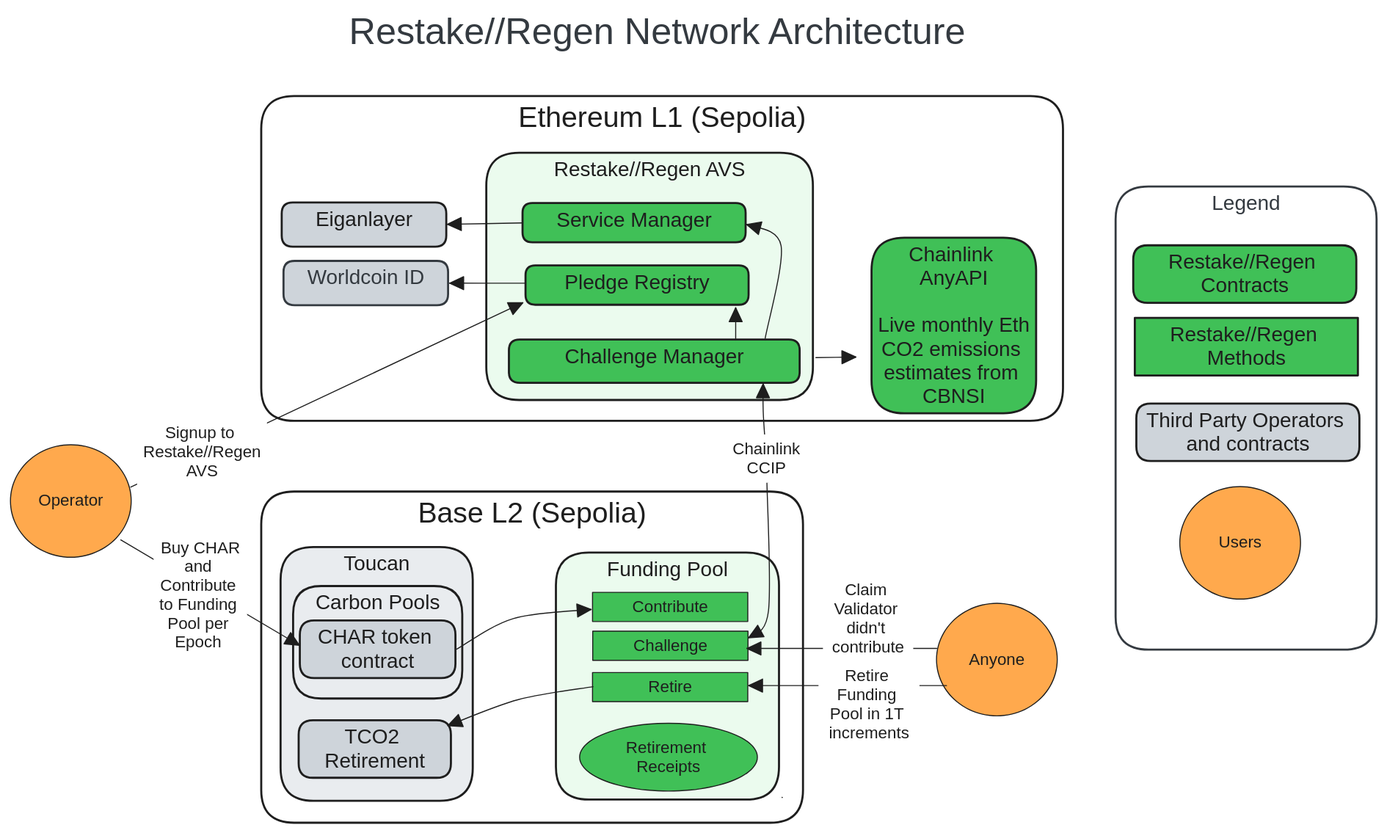
The Excalidraw diagram assets/figures/network_diagram.excalidraw.svg in willemolding/Restake-Regen, before a commit. Source tidied: one line per element, renumbered; positions are measured from the earlier drawing's top-left corner, leaving out a move shared by most shapes. The source it was exported from:
```json
{"id": 0, "type": "rectangle", "strokeColor": "#1e1e1e", "backgroundColor": "#ebfbee", "fillStyle": "solid", "strokeWidth": 2, "roughness": 0, "round": true, "x": 463, "y": 139, "width": 318, "height": 241}
{"id": 1, "type": "text", "text": "Restake//Regen AVS\n\n\n\n", "strokeColor": "#1e1e1e", "strokeWidth": 2, "roughness": 0, "fontSize": 20, "fontFamily": 2, "textAlign": "center", "inside": 0, "x": 529, "y": 144, "width": 188, "height": 115}
{"id": 2, "type": "rectangle", "strokeColor": "#1e1e1e", "backgroundColor": "#e9ecef", "fillStyle": "solid", "strokeWidth": 2, "roughness": 0, "round": true, "x": 263, "y": 523, "width": 187, "height": 247}
{"id": 3, "type": "text", "text": "Toucan", "strokeColor": "#1e1e1e", "strokeWidth": 2, "roughness": 0, "fontSize": 20, "fontFamily": 2, "textAlign": "center", "inside": 2, "x": 324, "y": 528, "width": 64, "height": 23}
{"id": 4, "type": "rectangle", "strokeColor": "#1e1e1e", "strokeWidth": 2, "roughness": 0, "round": true, "x": 244, "y": 469, "width": 528, "height": 322}
{"id": 5, "type": "text", "text": "Base L2 (Sepolia)", "strokeColor": "#1e1e1e", "strokeWidth": 2, "roughness": 0, "fontSize": 28, "fontFamily": 2, "textAlign": "center", "inside": 4, "x": 397, "y": 474, "width": 223, "height": 32}
{"id": 6, "type": "rectangle", "strokeColor": "#1e1e1e", "backgroundColor": "#e9ecef", "fillStyle": "solid", "strokeWidth": 2, "roughness": 0, "round": true, "x": 275, "y": 561, "width": 165, "height": 110}
{"id": 7, "type": "text", "text": "Carbon Pools", "strokeColor": "#1e1e1e", "strokeWidth": 2, "roughness": 0, "fontSize": 20, "fontFamily": 2, "textAlign": "center", "inside": 6, "x": 297, "y": 566, "width": 121, "height": 23}
{"id": 8, "type": "arrow", "strokeColor": "#1e1e1e", "strokeWidth": 1, "roughness": 0, "endArrowhead": "triangle", "round": true, "from": 43, "to": 19, "x": 117, "y": 464, "width": 382, "height": 180, "points": [[0, 0], [382, -180]]}
{"id": 9, "type": "rectangle", "strokeColor": "transparent", "backgroundColor": "#ffffff", "fillStyle": "solid", "strokeWidth": 1, "roughness": 0, "x": 123, "y": 397, "width": 126, "height": 66}
{"id": 10, "type": "text", "text": "Signup to \nRestake//Regen\nAVS", "strokeColor": "#1e1e1e", "backgroundColor": "#ffffff", "fillStyle": "solid", "strokeWidth": 1, "roughness": 0, "fontSize": 16, "fontFamily": 2, "textAlign": "center", "verticalAlign": "middle", "inside": 9, "x": 129, "y": 403, "width": 115, "height": 55}
{"id": 11, "type": "rectangle", "strokeColor": "#1e1e1e", "strokeWidth": 2, "roughness": 0, "round": true, "x": 244, "y": 84, "width": 781, "height": 316}
{"id": 12, "type": "text", "text": "Ethereum L1 (Sepolia)", "strokeColor": "#1e1e1e", "strokeWidth": 2, "roughness": 0, "fontSize": 28, "fontFamily": 2, "textAlign": "center", "inside": 11, "x": 494, "y": 89, "width": 280, "height": 32}
{"id": 13, "type": "rectangle", "strokeColor": "#1e1e1e", "backgroundColor": "#ced4da", "fillStyle": "solid", "strokeWidth": 2, "roughness": 0, "round": true, "x": 264, "y": 187, "width": 160, "height": 43}
{"id": 14, "type": "text", "text": "Eiganlayer", "strokeColor": "#1e1e1e", "strokeWidth": 2, "roughness": 0, "fontSize": 20, "fontFamily": 2, "textAlign": "center", "inside": 13, "x": 297, "y": 192, "width": 95, "height": 23}
{"id": 15, "type": "rectangle", "strokeColor": "#343a40", "backgroundColor": "#ced4da", "fillStyle": "solid", "strokeWidth": 2, "roughness": 0, "round": true, "x": 266, "y": 244, "width": 160, "height": 43}
{"id": 16, "type": "text", "text": "Worldcoin ID", "strokeColor": "#343a40", "strokeWidth": 2, "roughness": 0, "fontSize": 20, "fontFamily": 2, "textAlign": "center", "inside": 15, "x": 289, "y": 249, "width": 114, "height": 23}
{"id": 17, "type": "rectangle", "strokeColor": "#1e1e1e", "backgroundColor": "#40c057", "fillStyle": "solid", "strokeWidth": 2, "roughness": 0, "round": true, "x": 838, "y": 221, "width": 160, "height": 171}
{"id": 18, "type": "text", "text": "Chainlink \nAnyAPI\n\nLive monthly Eth\nCO2 emissions \nestimates from \nCBNSI", "strokeColor": "#1e1e1e", "strokeWidth": 2, "roughness": 0, "fontSize": 20, "fontFamily": 2, "textAlign": "center", "inside": 17, "x": 845, "y": 226, "width": 148, "height": 161}
{"id": 19, "type": "rectangle", "strokeColor": "#1e1e1e", "backgroundColor": "#40c057", "fillStyle": "solid", "strokeWidth": 2, "roughness": 0, "round": true, "x": 502, "y": 248, "width": 217, "height": 38}
{"id": 20, "type": "text", "text": "Pledge Registry", "strokeColor": "#1e1e1e", "strokeWidth": 2, "roughness": 0, "fontSize": 20, "fontFamily": 2, "textAlign": "center", "inside": 19, "x": 540, "y": 253, "width": 141, "height": 23}
{"id": 21, "type": "rectangle", "strokeColor": "#1e1e1e", "backgroundColor": "#40c057", "fillStyle": "solid", "strokeWidth": 2, "roughness": 0, "round": true, "x": 499, "y": 188, "width": 217, "height": 38}
{"id": 22, "type": "text", "text": "Service Manager", "strokeColor": "#1e1e1e", "strokeWidth": 2, "roughness": 0, "fontSize": 20, "fontFamily": 2, "textAlign": "center", "inside": 21, "x": 532, "y": 193, "width": 151, "height": 23}
{"id": 23, "type": "rectangle", "strokeColor": "#1e1e1e", "backgroundColor": "#40c057", "fillStyle": "solid", "strokeWidth": 2, "roughness": 0, "round": true, "x": 485, "y": 321, "width": 283, "height": 42}
{"id": 24, "type": "text", "text": "Challenge Manager", "strokeColor": "#1e1e1e", "strokeWidth": 2, "roughness": 0, "fontSize": 20, "fontFamily": 2, "textAlign": "center", "inside": 23, "x": 540, "y": 326, "width": 175, "height": 23}
{"id": 25, "type": "arrow", "strokeColor": "#1e1e1e", "strokeWidth": 1, "roughness": 0, "endArrowhead": "triangle", "round": true, "from": 21, "to": 13, "x": 498, "y": 207, "width": 72, "height": 1, "points": [[0, 0], [-72, 1]]}
{"id": 26, "type": "arrow", "strokeColor": "#1e1e1e", "strokeWidth": 1, "roughness": 0, "endArrowhead": "triangle", "round": true, "from": 19, "to": 15, "x": 501, "y": 266, "width": 73, "height": 0, "points": [[0, 0], [-73, 0]]}
{"id": 27, "type": "arrow", "strokeColor": "#1e1e1e", "strokeWidth": 1, "roughness": 0, "endArrowhead": "triangle", "round": true, "from": 23, "to": 19, "x": 706, "y": 320, "width": 0, "height": 30, "points": [[0, 0], [0, -30]]}
{"id": 28, "type": "arrow", "strokeColor": "#1e1e1e", "strokeWidth": 1, "roughness": 0, "endArrowhead": "triangle", "round": true, "from": 23, "to": 17, "x": 784, "y": 338, "width": 39, "height": 1, "points": [[0, 0], [39, -1]]}
{"id": 29, "type": "rectangle", "strokeColor": "#1e1e1e", "backgroundColor": "#ced4da", "fillStyle": "solid", "strokeWidth": 2, "roughness": 0, "round": true, "x": 282, "y": 594, "width": 152, "height": 56}
{"id": 30, "type": "text", "text": "CHAR token \ncontract", "strokeColor": "#1e1e1e", "strokeWidth": 2, "roughness": 0, "fontSize": 20, "fontFamily": 2, "textAlign": "center", "inside": 29, "x": 299, "y": 599, "width": 117, "height": 46}
{"id": 31, "type": "rectangle", "strokeColor": "#1e1e1e", "backgroundColor": "#ebfbee", "fillStyle": "solid", "strokeWidth": 2, "roughness": 0, "round": true, "x": 531, "y": 528, "width": 217, "height": 241}
{"id": 32, "type": "text", "text": "Funding Pool\n\n\n\n\n\n", "strokeColor": "#1e1e1e", "strokeWidth": 2, "roughness": 0, "fontSize": 20, "fontFamily": 2, "textAlign": "center", "inside": 31, "x": 581, "y": 533, "width": 118, "height": 161}
{"id": 33, "type": "rectangle", "strokeColor": "#1e1e1e", "backgroundColor": "#40c057", "fillStyle": "solid", "strokeWidth": 1, "roughness": 0, "x": 567, "y": 567, "width": 151, "height": 28}
{"id": 34, "type": "text", "text": "Contribute", "strokeColor": "#1e1e1e", "strokeWidth": 1, "roughness": 0, "fontSize": 16, "fontFamily": 2, "textAlign": "center", "verticalAlign": "middle", "inside": 33, "x": 605, "y": 572, "width": 74, "height": 18}
{"id": 35, "type": "rectangle", "strokeColor": "#1e1e1e", "backgroundColor": "#40c057", "fillStyle": "solid", "strokeWidth": 1, "roughness": 0, "x": 567, "y": 605, "width": 151, "height": 28}
{"id": 36, "type": "text", "text": "Challenge", "strokeColor": "#1e1e1e", "strokeWidth": 1, "roughness": 0, "fontSize": 16, "fontFamily": 2, "textAlign": "center", "verticalAlign": "middle", "inside": 35, "x": 607, "y": 610, "width": 72, "height": 18}
{"id": 37, "type": "rectangle", "strokeColor": "#1e1e1e", "backgroundColor": "#40c057", "fillStyle": "solid", "strokeWidth": 1, "roughness": 0, "x": 567, "y": 645, "width": 151, "height": 28}
{"id": 38, "type": "text", "text": "Retire", "strokeColor": "#1e1e1e", "strokeWidth": 1, "roughness": 0, "fontSize": 16, "fontFamily": 2, "textAlign": "center", "verticalAlign": "middle", "inside": 37, "x": 621, "y": 650, "width": 43, "height": 18}
{"id": 39, "type": "ellipse", "strokeColor": "#1e1e1e", "backgroundColor": "#40c057", "fillStyle": "solid", "strokeWidth": 1, "roughness": 0, "x": 554, "y": 694, "width": 173, "height": 66}
{"id": 40, "type": "text", "text": "Retirement \nReceipts", "strokeColor": "#1e1e1e", "strokeWidth": 1, "roughness": 0, "fontSize": 16, "fontFamily": 2, "textAlign": "center", "verticalAlign": "middle", "inside": 39, "x": 599, "y": 709, "width": 83, "height": 37}
{"id": 41, "type": "arrow", "strokeColor": "#1e1e1e", "strokeWidth": 1, "roughness": 0, "endArrowhead": "triangle", "round": true, "from": 4, "to": 31, "x": 751, "y": 766, "width": 0, "height": 0, "points": [[0, 0], [0, 0]]}
{"id": 42, "type": "arrow", "strokeColor": "#1e1e1e", "strokeWidth": 1, "roughness": 0, "endArrowhead": "triangle", "round": true, "from": 4, "to": 23, "x": 738, "y": 459, "width": 5, "height": 96, "points": [[0, 0], [-5, -64], [-5, -96]]}
{"id": 43, "type": "ellipse", "strokeColor": "#1e1e1e", "backgroundColor": "#ffa94d", "fillStyle": "solid", "strokeWidth": 1, "roughness": 0, "x": 0, "y": 423, "width": 118, "height": 110}
{"id": 44, "type": "text", "text": "Operator", "strokeColor": "#1e1e1e", "strokeWidth": 1, "roughness": 0, "fontSize": 16, "fontFamily": 2, "textAlign": "center", "verticalAlign": "middle", "inside": 43, "x": 27, "y": 468, "width": 63, "height": 18}
{"id": 45, "type": "arrow", "strokeColor": "#1e1e1e", "strokeWidth": 1, "roughness": 0, "endArrowhead": "triangle", "round": true, "from": 43, "to": 29, "x": 107, "y": 516, "width": 174, "height": 103, "points": [[0, 0], [174, 103]]}
{"id": 46, "type": "rectangle", "strokeColor": "transparent", "backgroundColor": "#ffffff", "fillStyle": "solid", "strokeWidth": 1, "roughness": 0, "x": 139, "y": 509, "width": 91, "height": 121}
{"id": 47, "type": "text", "text": "Buy CHAR\nand \nContribute \nto Funding \nPool per \nEpoch ", "strokeColor": "#1e1e1e", "backgroundColor": "#ffffff", "fillStyle": "solid", "strokeWidth": 1, "roughness": 0, "fontSize": 16, "fontFamily": 2, "textAlign": "center", "verticalAlign": "middle", "inside": 46, "x": 145, "y": 514, "width": 80, "height": 110}
{"id": 48, "type": "arrow", "strokeColor": "#1e1e1e", "strokeWidth": 1, "roughness": 0, "endArrowhead": "triangle", "round": true, "from": 54, "x": 902, "y": 621, "width": 185, "height": 0, "points": [[0, 0], [-185, 0]]}
{"id": 49, "type": "rectangle", "strokeColor": "transparent", "backgroundColor": "#ffffff", "fillStyle": "solid", "strokeWidth": 1, "roughness": 0, "x": 791, "y": 550, "width": 88, "height": 84}
{"id": 50, "type": "text", "text": "Claim \nValidator \ndidn't \ncontribute", "strokeColor": "#1e1e1e", "backgroundColor": "#ffffff", "fillStyle": "solid", "strokeWidth": 1, "roughness": 0, "fontSize": 16, "fontFamily": 2, "textAlign": "center", "verticalAlign": "middle", "inside": 49, "x": 800, "y": 555, "width": 70, "height": 74}
{"id": 51, "type": "ellipse", "strokeColor": "#1e1e1e", "backgroundColor": "#ffa94d", "fillStyle": "solid", "strokeWidth": 1, "roughness": 0, "x": 902, "y": 577, "width": 118, "height": 110}
{"id": 52, "type": "text", "text": "Anyone", "strokeColor": "#1e1e1e", "strokeWidth": 1, "roughness": 0, "fontSize": 16, "fontFamily": 2, "textAlign": "center", "verticalAlign": "middle", "inside": 51, "x": 933, "y": 623, "width": 54, "height": 18}
{"id": 53, "type": "arrow", "strokeColor": "#1e1e1e", "strokeWidth": 1, "roughness": 0, "endArrowhead": "triangle", "round": true, "to": 37, "x": 911, "y": 658, "width": 193, "height": 0, "points": [[0, 0], [-193, 0]]}
{"id": 54, "type": "rectangle", "strokeColor": "transparent", "backgroundColor": "#ffffff", "fillStyle": "solid", "strokeWidth": 1, "roughness": 0, "x": 787, "y": 634, "width": 98, "height": 84}
{"id": 55, "type": "text", "text": "Retire \nFunding \nPool in 1T \nincrements", "strokeColor": "#1e1e1e", "backgroundColor": "#ffffff", "fillStyle": "solid", "strokeWidth": 1, "roughness": 0, "fontSize": 16, "fontFamily": 2, "textAlign": "center", "verticalAlign": "middle", "inside": 54, "x": 797, "y": 639, "width": 78, "height": 74}
{"id": 56, "type": "rectangle", "strokeColor": "#1e1e1e", "backgroundColor": "#40c057", "fillStyle": "solid", "strokeWidth": 2, "roughness": 0, "round": true, "x": 1093, "y": 229, "width": 217, "height": 56}
{"id": 57, "type": "text", "text": "Restake//Regen \nContracts", "strokeColor": "#1e1e1e", "strokeWidth": 2, "roughness": 0, "fontSize": 20, "fontFamily": 2, "textAlign": "center", "inside": 56, "x": 1127, "y": 234, "width": 149, "height": 46}
{"id": 58, "type": "rectangle", "strokeColor": "#343a40", "strokeWidth": 2, "roughness": 0, "round": true, "x": 1076, "y": 172, "width": 254, "height": 451}
{"id": 59, "type": "text", "text": "Legend", "strokeColor": "#343a40", "strokeWidth": 2, "roughness": 0, "fontSize": 20, "fontFamily": 2, "textAlign": "center", "inside": 58, "x": 1170, "y": 177, "width": 67, "height": 23}
{"id": 60, "type": "rectangle", "strokeColor": "#1e1e1e", "backgroundColor": "#40c057", "fillStyle": "solid", "strokeWidth": 2, "roughness": 0, "x": 1095, "y": 300, "width": 217, "height": 56}
{"id": 61, "type": "text", "text": "Restake//Regen \nMethods", "strokeColor": "#1e1e1e", "strokeWidth": 2, "roughness": 0, "fontSize": 20, "fontFamily": 2, "textAlign": "center", "inside": 60, "x": 1129, "y": 305, "width": 149, "height": 46}
{"id": 62, "type": "ellipse", "strokeColor": "#1e1e1e", "backgroundColor": "#ffa94d", "fillStyle": "solid", "strokeWidth": 1, "roughness": 0, "x": 1139, "y": 464, "width": 118, "height": 110}
{"id": 63, "type": "text", "text": "Users", "strokeColor": "#1e1e1e", "strokeWidth": 1, "roughness": 0, "fontSize": 16, "fontFamily": 2, "textAlign": "center", "verticalAlign": "middle", "inside": 62, "x": 1176, "y": 509, "width": 42, "height": 18}
{"id": 64, "type": "rectangle", "strokeColor": "#1e1e1e", "backgroundColor": "#ced4da", "fillStyle": "solid", "strokeWidth": 2, "roughness": 0, "round": true, "x": 1096, "y": 383, "width": 217, "height": 56}
{"id": 65, "type": "text", "text": "Third Party Operators \nand contracts", "strokeColor": "#1e1e1e", "strokeWidth": 2, "roughness": 0, "fontSize": 20, "fontFamily": 2, "textAlign": "center", "inside": 64, "x": 1106, "y": 388, "width": 198, "height": 46}
{"id": 66, "type": "rectangle", "strokeColor": "#1e1e1e", "backgroundColor": "#ced4da", "fillStyle": "solid", "strokeWidth": 2, "roughness": 0, "round": true, "x": 281, "y": 691, "width": 148, "height": 56}
{"id": 67, "type": "text", "text": "TCO2 \nRetirement", "strokeColor": "#1e1e1e", "strokeWidth": 2, "roughness": 0, "fontSize": 20, "fontFamily": 2, "textAlign": "center", "inside": 66, "x": 306, "y": 696, "width": 98, "height": 46}
{"id": 68, "type": "arrow", "strokeColor": "#1e1e1e", "strokeWidth": 1, "roughness": 0, "endArrowhead": "triangle", "round": true, "from": 4, "to": 35, "x": 737, "y": 458, "width": 19, "height": 153, "points": [[0, 0], [2, 127], [-18, 153]]}
{"id": 69, "type": "rectangle", "strokeColor": "transparent", "backgroundColor": "#ffffff", "fillStyle": "solid", "strokeWidth": 1, "roughness": 0, "x": 687, "y": 413, "width": 98, "height": 47}
{"id": 70, "type": "text", "text": "Chainlink\nCCIP", "strokeColor": "#1e1e1e", "backgroundColor": "#ffffff", "fillStyle": "solid", "strokeWidth": 1, "roughness": 0, "fontSize": 16, "fontFamily": 2, "textAlign": "center", "verticalAlign": "middle", "inside": 69, "x": 703, "y": 418, "width": 66, "height": 37}
{"id": 71, "type": "text", "text": "Restake//Regen Network Architecture", "strokeColor": "#343a40", "backgroundColor": "#ced4da", "fillStyle": "solid", "strokeWidth": 1, "roughness": 0, "fontSize": 36, "fontFamily": 2, "textAlign": "center", "x": 329, "y": 0, "width": 602, "height": 41}
{"id": 72, "type": "arrow", "strokeColor": "#1e1e1e", "strokeWidth": 1, "roughness": 0, "endArrowhead": "triangle", "round": true, "from": 23, "to": 21, "x": 735, "y": 319, "width": 34, "height": 111, "points": [[0, 0], [16, -90], [-18, -111]]}
{"id": 73, "type": "arrow", "strokeColor": "#1e1e1e", "strokeWidth": 1, "roughness": 0, "endArrowhead": "triangle", "round": true, "to": 6, "x": 567, "y": 659, "width": 141, "height": 38, "points": [[0, 0], [-73, 13], [-141, 38]]}
{"id": 74, "type": "arrow", "strokeColor": "#1e1e1e", "strokeWidth": 1, "roughness": 0, "endArrowhead": "triangle", "round": true, "from": 29, "to": 33, "x": 435, "y": 622, "width": 131, "height": 39, "points": [[0, 0], [55, -30], [131, -39]]}
```
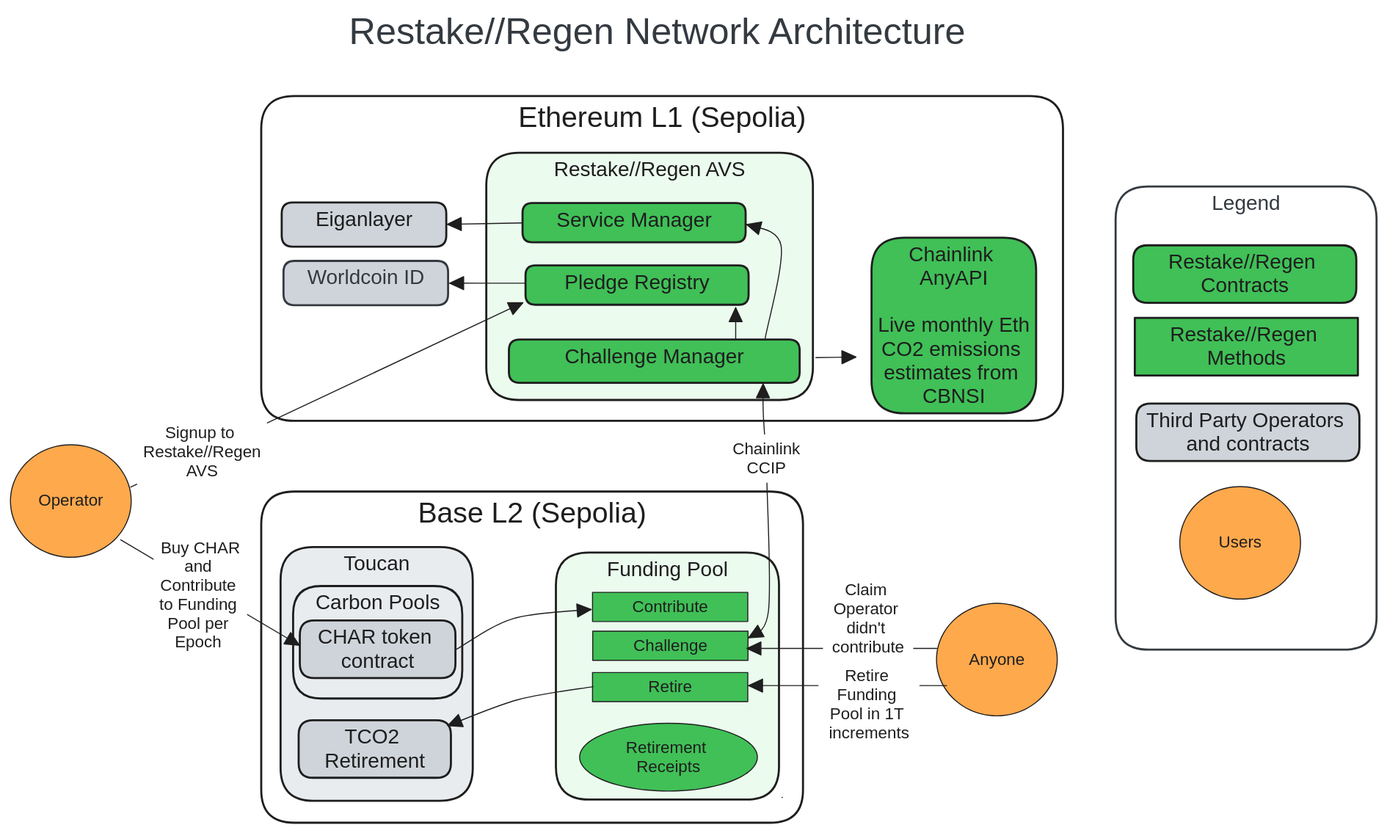
After the change.

What changed in the source:
```diff
@@ -48,7 +48,7 @@
 {"id": 47, "type": "text", "text": "Buy CHAR\nand \nContribute \nto Funding \nPool per \nEpoch ", "strokeColor": "#1e1e1e", "backgroundColor": "#ffffff", "fillStyle": "solid", "strokeWidth": 1, "roughness": 0, "fontSize": 16, "fontFamily": 2, "textAlign": "center", "verticalAlign": "middle", "inside": 46, "x": 145, "y": 514, "width": 80, "height": 110}
 {"id": 48, "type": "arrow", "strokeColor": "#1e1e1e", "strokeWidth": 1, "roughness": 0, "endArrowhead": "triangle", "round": true, "from": 54, "x": 902, "y": 621, "width": 185, "height": 0, "points": [[0, 0], [-185, 0]]}
 {"id": 49, "type": "rectangle", "strokeColor": "transparent", "backgroundColor": "#ffffff", "fillStyle": "solid", "strokeWidth": 1, "roughness": 0, "x": 791, "y": 550, "width": 88, "height": 84}
-{"id": 50, "type": "text", "text": "Claim \nValidator \ndidn't \ncontribute", "strokeColor": "#1e1e1e", "backgroundColor": "#ffffff", "fillStyle": "solid", "strokeWidth": 1, "roughness": 0, "fontSize": 16, "fontFamily": 2, "textAlign": "center", "verticalAlign": "middle", "inside": 49, "x": 800, "y": 555, "width": 70, "height": 74}
+{"id": 50, "type": "text", "text": "Claim \nOperator \ndidn't \ncontribute", "strokeColor": "#1e1e1e", "backgroundColor": "#ffffff", "fillStyle": "solid", "strokeWidth": 1, "roughness": 0, "fontSize": 16, "fontFamily": 2, "textAlign": "center", "verticalAlign": "middle", "inside": 49, "x": 800, "y": 555, "width": 70, "height": 74}
 {"id": 51, "type": "ellipse", "strokeColor": "#1e1e1e", "backgroundColor": "#ffa94d", "fillStyle": "solid", "strokeWidth": 1, "roughness": 0, "x": 902, "y": 577, "width": 118, "height": 110}
 {"id": 52, "type": "text", "text": "Anyone", "strokeColor": "#1e1e1e", "strokeWidth": 1, "roughness": 0, "fontSize": 16, "fontFamily": 2, "textAlign": "center", "verticalAlign": "middle", "inside": 51, "x": 933, "y": 623, "width": 54, "height": 18}
 {"id": 53, "type": "arrow", "strokeColor": "#1e1e1e", "strokeWidth": 1, "roughness": 0, "endArrowhead": "triangle", "round": true, "to": 37, "x": 911, "y": 658, "width": 193, "height": 0, "points": [[0, 0], [-193, 0]]}
```
